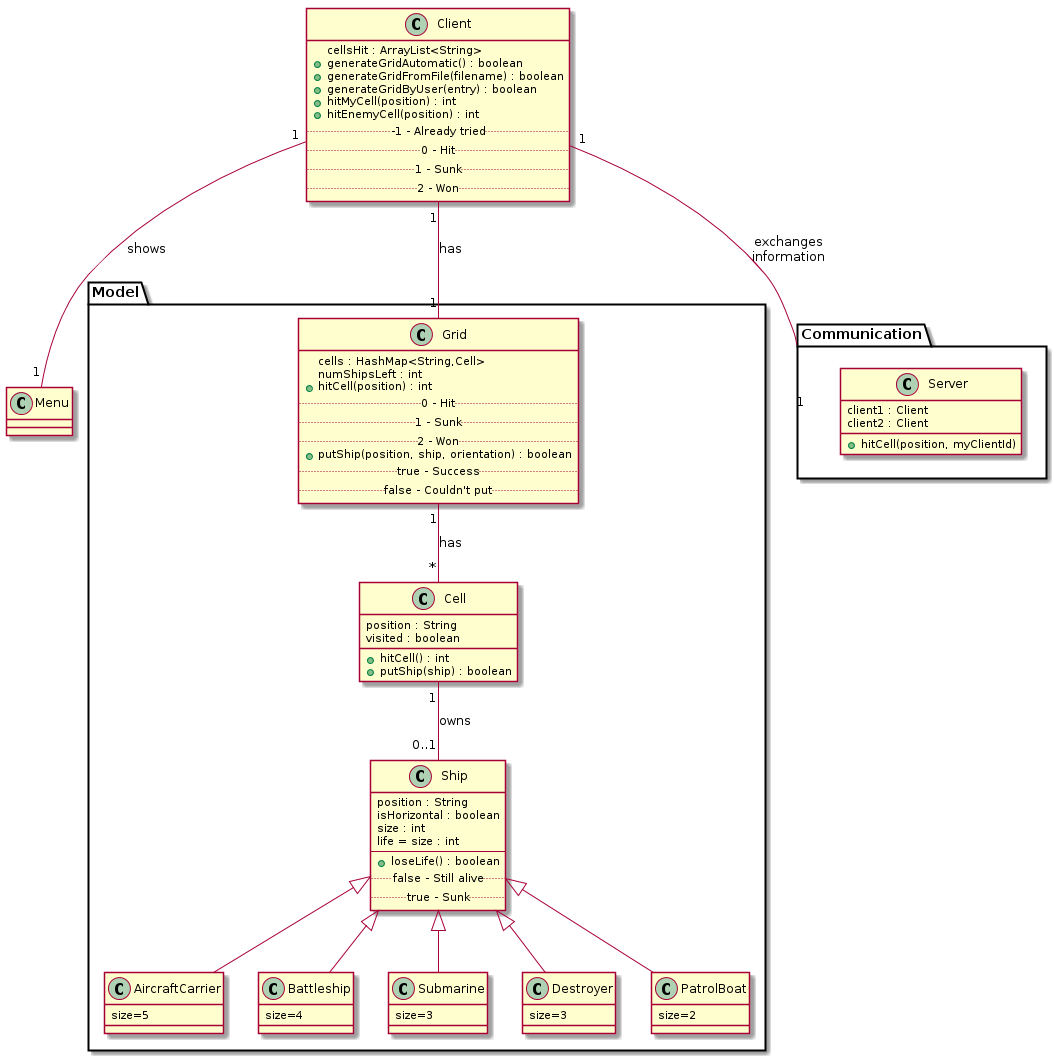
Earlier version of the PlantUML export diagrams/class-diagrams/classDiagram.png (Solero93/DistributedSoftwareDevelopment). Its diagram source:
```plantuml
@startuml
class Client {
	cellsHit : ArrayList<String>
	+generateGridAutomatic() : boolean
	+generateGridFromFile(filename) : boolean
	+generateGridByUser(entry) : boolean
	+hitMyCell(position) : int
	+hitEnemyCell(position) : int
	.. -1 - Already tried ..
	.. 0 - Hit ..
	.. 1 - Sunk ..
	.. 2 - Won ..
}

class Menu {

}

package Model {
	class Grid {
		cells : HashMap<String,Cell>
		numShipsLeft : int
		+hitCell(position) : int
		.. 0 - Hit ..
		.. 1 - Sunk ..
		.. 2 - Won ..
		+putShip(position, ship, orientation) : boolean
		.. true - Success ..
		.. false - Couldn't put ..
	}

	class Cell {
		position : String
		visited : boolean
		+hitCell() : int
		+putShip(ship) : boolean
	}

	class Ship{
		position : String
		isHorizontal : boolean
		size : int
		life = size : int
		----
		+loseLife() : boolean
		.. false - Still alive ..
		.. true - Sunk ..
	}

	class AircraftCarrier extends Ship{
		size=5
	}

	class Battleship extends Ship{
		size=4
	}

	class Submarine extends Ship{
		size=3
	}

	class Destroyer extends Ship{
		size=3
	}

	class PatrolBoat extends Ship{
		size=2
	}
}

package Communication {
	class Server{
		client1 : Client
		client2 : Client
		+hitCell(position, myClientId)
	}
}

Client "1"--"1" Communication : exchanges\ninformation
Client "1"--"1" Menu : shows
Client "1"--"1" Grid : has

Grid "1"--"*" Cell : has
Cell "1"--"0..1" Ship : owns
@enduml
```
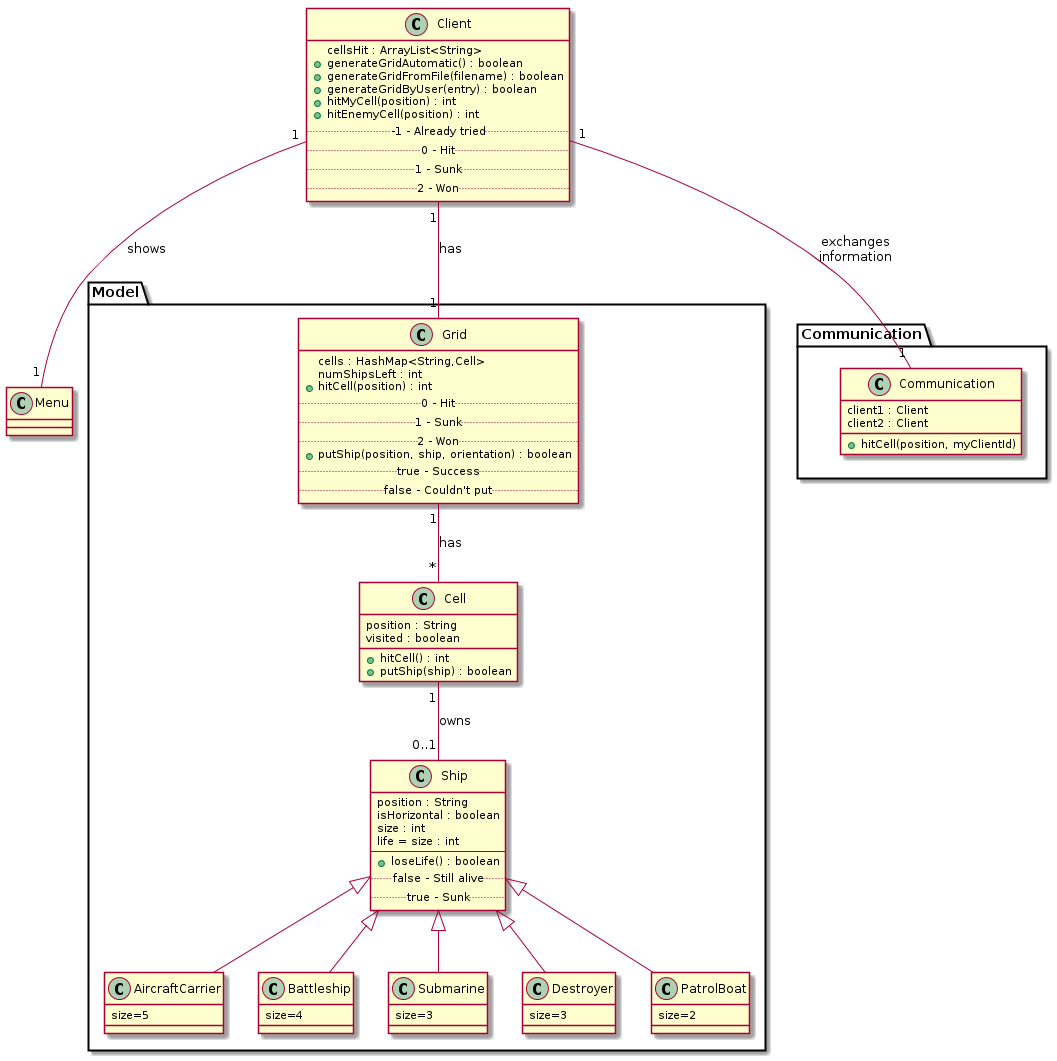
Later version of the same file.

What changed in the source:
```diff
@@ -69,7 +69,7 @@
 }
 
 package Communication {
-	class Server{
+	class Communication{
 		client1 : Client
 		client2 : Client
 		+hitCell(position, myClientId)
```
